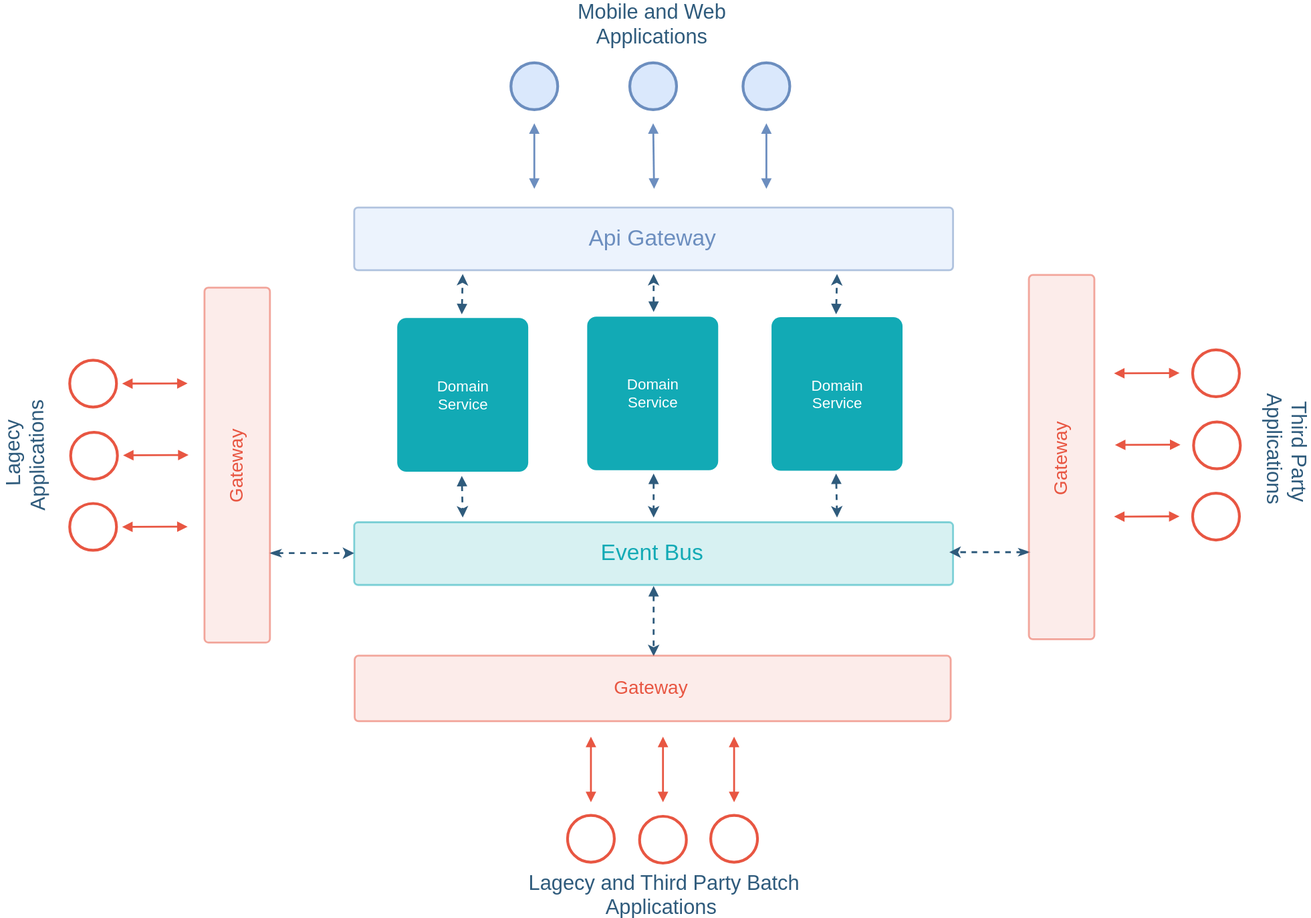
This is event-driven-architecture/event-driven architecture.svg from jinternals/architecture-design, a draw.io export, as it was before one commit. Source tidied: cells renumbered, new cells last; positions are measured from the earlier drawing's top-left corner, leaving out a move shared by most shapes. The source it was exported from:
```xml
<mxGraphModel background="#ffffff">
  <root>
    <mxCell id="0" />
    <mxCell id="1" parent="0" />
    <mxCell id="2" value="&lt;font style=&quot;font-size: 24px&quot; color=&quot;#6c8ebf&quot;&gt;Api Gateway&lt;/font&gt;" style="rounded=1;fillColor=#dae8fc;strokeWidth=2;html=1;strokeColor=#6c8ebf;arcSize=6;opacity=50;" parent="1" vertex="1">
      <mxGeometry x="452" y="206" width="640" height="67" as="geometry" />
    </mxCell>
    <mxCell id="3" style="edgeStyle=none;rounded=0;orthogonalLoop=1;jettySize=auto;html=1;exitX=1;exitY=0.5;exitDx=0;exitDy=0;shadow=0;strokeColor=#000000;strokeWidth=2;" parent="1" edge="1">
      <mxGeometry relative="1" as="geometry">
        <mxPoint x="1058" y="606" as="sourcePoint" />
        <mxPoint x="1058" y="606" as="targetPoint" />
      </mxGeometry>
    </mxCell>
    <mxCell id="4" style="edgeStyle=none;rounded=0;jettySize=auto;html=1;exitX=0.5;exitY=1;exitDx=0;exitDy=0;entryX=0;entryY=0.5;entryDx=0;entryDy=0;shadow=0;dashed=1;startArrow=block;startFill=1;strokeColor=#2F5B7C;strokeWidth=2;fontSize=20;" parent="1" edge="1" source="5" target="10">
      <mxGeometry relative="1" as="geometry" />
    </mxCell>
    <mxCell id="5" value="&lt;span style=&quot;color: rgb(18 , 170 , 181) ; font-size: 24px&quot;&gt;Event Bus&lt;/span&gt;" style="rounded=1;fillColor=#B0E3E6;strokeWidth=2;html=1;strokeColor=#12AAB5;arcSize=6;opacity=50;" parent="1" vertex="1">
      <mxGeometry x="452" y="542" width="640" height="67" as="geometry" />
    </mxCell>
    <mxCell id="6" style="edgeStyle=none;rounded=0;orthogonalLoop=1;jettySize=auto;html=1;exitX=1;exitY=0.75;exitDx=0;exitDy=0;entryX=0;entryY=0.5;entryDx=0;entryDy=0;shadow=0;strokeColor=#2F5B7C;strokeWidth=2;fontSize=20;startArrow=classicThin;startFill=1;dashed=1;" parent="1" edge="1">
      <mxGeometry relative="1" as="geometry">
        <mxPoint x="362" y="575" as="sourcePoint" />
        <mxPoint x="452" y="575" as="targetPoint" />
      </mxGeometry>
    </mxCell>
    <mxCell id="7" value="&lt;font color=&quot;#e85642&quot; style=&quot;font-size: 20px;&quot;&gt;Gateway&lt;/font&gt;" style="rounded=1;fillColor=#fad9d5;strokeWidth=2;html=1;strokeColor=#E85642;arcSize=6;opacity=50;verticalAlign=middle;horizontal=0;fontSize=20;" parent="1" vertex="1">
      <mxGeometry x="292" y="291.5" width="70" height="379" as="geometry" />
    </mxCell>
    <mxCell id="8" style="edgeStyle=none;rounded=0;orthogonalLoop=1;jettySize=auto;html=1;exitX=0;exitY=0.75;exitDx=0;exitDy=0;shadow=0;dashed=1;startArrow=classicThin;startFill=1;strokeColor=#2F5B7C;strokeWidth=2;fontSize=20;" parent="1" edge="1">
      <mxGeometry relative="1" as="geometry">
        <mxPoint x="1174" y="574" as="sourcePoint" />
        <mxPoint x="1088" y="574" as="targetPoint" />
      </mxGeometry>
    </mxCell>
    <mxCell id="9" value="&lt;font color=&quot;#e85642&quot; style=&quot;font-size: 20px;&quot;&gt;Gateway&lt;/font&gt;" style="rounded=1;fillColor=#fad9d5;strokeWidth=2;html=1;strokeColor=#E85642;arcSize=6;opacity=50;verticalAlign=middle;horizontal=0;fontSize=20;" parent="1" vertex="1">
      <mxGeometry x="1173" y="278" width="70" height="389" as="geometry" />
    </mxCell>
    <mxCell id="10" value="&lt;font color=&quot;#e85642&quot; style=&quot;font-size: 20px;&quot;&gt;Gateway&lt;/font&gt;" style="rounded=1;fillColor=#fad9d5;strokeWidth=2;html=1;strokeColor=#E85642;arcSize=6;opacity=50;verticalAlign=middle;horizontal=0;fontSize=20;rotation=90;" parent="1" vertex="1">
      <mxGeometry x="736" y="401" width="70" height="637" as="geometry" />
    </mxCell>
    <mxCell id="11" style="shape=mxgraph.bpmn.shape;html=1;verticalLabelPosition=bottom;labelBackgroundColor=#ffffff;verticalAlign=top;perimeter=ellipsePerimeter;outline=standard;symbol=general;fontFamily=Helvetica;fontSize=12;fontColor=#000000;align=center;strokeColor=#e85642;strokeWidth=3;fillColor=none;perimeterSpacing=6;" parent="1" vertex="1">
      <mxGeometry x="148" y="369" width="50" height="50" as="geometry" />
    </mxCell>
    <mxCell id="12" style="edgeStyle=none;strokeWidth=2;html=1;strokeColor=#e85642;endArrow=block;endFill=1;startArrow=block;startFill=1;" parent="1" edge="1" source="11">
      <mxGeometry x="1586" y="-31.5" as="geometry">
        <mxPoint x="274" y="393.7" as="targetPoint" />
      </mxGeometry>
    </mxCell>
    <mxCell id="13" style="shape=mxgraph.bpmn.shape;html=1;verticalLabelPosition=bottom;labelBackgroundColor=#ffffff;verticalAlign=top;perimeter=ellipsePerimeter;outline=standard;symbol=general;fontFamily=Helvetica;fontSize=12;fontColor=#000000;align=center;strokeColor=#e85642;strokeWidth=3;fillColor=none;perimeterSpacing=6;" parent="1" vertex="1">
      <mxGeometry x="149" y="445.5" width="50" height="50" as="geometry" />
    </mxCell>
    <mxCell id="14" style="edgeStyle=none;strokeWidth=2;html=1;strokeColor=#e85642;endArrow=block;endFill=1;startArrow=block;startFill=1;" parent="1" edge="1" source="13">
      <mxGeometry x="1587" y="45" as="geometry">
        <mxPoint x="275" y="470.2" as="targetPoint" />
      </mxGeometry>
    </mxCell>
    <mxCell id="15" style="shape=mxgraph.bpmn.shape;html=1;verticalLabelPosition=bottom;labelBackgroundColor=#ffffff;verticalAlign=top;perimeter=ellipsePerimeter;outline=standard;symbol=general;fontFamily=Helvetica;fontSize=12;fontColor=#000000;align=center;strokeColor=#e85642;strokeWidth=3;fillColor=none;perimeterSpacing=6;" parent="1" vertex="1">
      <mxGeometry x="148" y="522" width="50" height="50" as="geometry" />
    </mxCell>
    <mxCell id="16" style="edgeStyle=none;strokeWidth=2;html=1;strokeColor=#e85642;endArrow=block;endFill=1;startArrow=block;startFill=1;" parent="1" edge="1" source="15">
      <mxGeometry x="1586" y="121.5" as="geometry">
        <mxPoint x="274" y="546.7" as="targetPoint" />
      </mxGeometry>
    </mxCell>
    <mxCell id="17" style="shape=mxgraph.bpmn.shape;html=1;verticalLabelPosition=bottom;labelBackgroundColor=#ffffff;verticalAlign=top;perimeter=ellipsePerimeter;outline=standard;symbol=general;fontFamily=Helvetica;fontSize=12;fontColor=#000000;align=center;strokeColor=#e85642;strokeWidth=3;fillColor=none;perimeterSpacing=6;" parent="1" vertex="1">
      <mxGeometry x="1348" y="358" width="50" height="50" as="geometry" />
    </mxCell>
    <mxCell id="18" style="edgeStyle=none;strokeWidth=2;html=1;strokeColor=#e85642;endArrow=block;endFill=1;startArrow=block;startFill=1;" parent="1" edge="1">
      <mxGeometry x="2646" y="-42.5" as="geometry">
        <mxPoint x="1264" y="383" as="sourcePoint" />
        <mxPoint x="1334" y="382.7" as="targetPoint" />
      </mxGeometry>
    </mxCell>
    <mxCell id="19" style="shape=mxgraph.bpmn.shape;html=1;verticalLabelPosition=bottom;labelBackgroundColor=#ffffff;verticalAlign=top;perimeter=ellipsePerimeter;outline=standard;symbol=general;fontFamily=Helvetica;fontSize=12;fontColor=#000000;align=center;strokeColor=#e85642;strokeWidth=3;fillColor=none;perimeterSpacing=6;" parent="1" vertex="1">
      <mxGeometry x="1349" y="434.5" width="50" height="50" as="geometry" />
    </mxCell>
    <mxCell id="20" style="edgeStyle=none;strokeWidth=2;html=1;strokeColor=#e85642;endArrow=block;endFill=1;startArrow=block;startFill=1;" parent="1" edge="1">
      <mxGeometry x="2647" y="34" as="geometry">
        <mxPoint x="1265" y="459.5" as="sourcePoint" />
        <mxPoint x="1335" y="459.2" as="targetPoint" />
      </mxGeometry>
    </mxCell>
    <mxCell id="21" style="shape=mxgraph.bpmn.shape;html=1;verticalLabelPosition=bottom;labelBackgroundColor=#ffffff;verticalAlign=top;perimeter=ellipsePerimeter;outline=standard;symbol=general;fontFamily=Helvetica;fontSize=12;fontColor=#000000;align=center;strokeColor=#e85642;strokeWidth=3;fillColor=none;perimeterSpacing=6;" parent="1" vertex="1">
      <mxGeometry x="1348" y="511" width="50" height="50" as="geometry" />
    </mxCell>
    <mxCell id="22" style="edgeStyle=none;strokeWidth=2;html=1;strokeColor=#e85642;endArrow=block;endFill=1;startArrow=block;startFill=1;" parent="1" edge="1">
      <mxGeometry x="2646" y="110.5" as="geometry">
        <mxPoint x="1264" y="536" as="sourcePoint" />
        <mxPoint x="1334" y="535.7" as="targetPoint" />
      </mxGeometry>
    </mxCell>
    <mxCell id="23" style="group;rotation=90;" parent="1" vertex="1">
      <mxGeometry x="714" y="737" width="135" height="203" as="geometry" />
    </mxCell>
    <mxCell id="24" style="shape=mxgraph.bpmn.shape;html=1;verticalLabelPosition=bottom;labelBackgroundColor=#ffffff;verticalAlign=top;perimeter=ellipsePerimeter;outline=standard;symbol=general;fontFamily=Helvetica;fontSize=12;fontColor=#000000;align=center;strokeColor=#e85642;strokeWidth=3;fillColor=none;perimeterSpacing=6;rotation=90;" parent="23" vertex="1">
      <mxGeometry x="119" y="118" width="50" height="50" as="geometry" />
    </mxCell>
    <mxCell id="25" style="edgeStyle=none;strokeWidth=2;html=1;strokeColor=#e85642;endArrow=block;endFill=1;startArrow=block;startFill=1;" parent="23" edge="1">
      <mxGeometry x="532" y="-362" as="geometry">
        <mxPoint x="144" y="34" as="sourcePoint" />
        <mxPoint x="144" y="104" as="targetPoint" />
      </mxGeometry>
    </mxCell>
    <mxCell id="26" style="shape=mxgraph.bpmn.shape;html=1;verticalLabelPosition=bottom;labelBackgroundColor=#ffffff;verticalAlign=top;perimeter=ellipsePerimeter;outline=standard;symbol=general;fontFamily=Helvetica;fontSize=12;fontColor=#000000;align=center;strokeColor=#e85642;strokeWidth=3;fillColor=none;perimeterSpacing=6;rotation=90;" parent="23" vertex="1">
      <mxGeometry x="43" y="119" width="50" height="50" as="geometry" />
    </mxCell>
    <mxCell id="27" style="edgeStyle=none;strokeWidth=2;html=1;strokeColor=#e85642;endArrow=block;endFill=1;startArrow=block;startFill=1;" parent="23" edge="1">
      <mxGeometry x="455" y="-362" as="geometry">
        <mxPoint x="68" y="34" as="sourcePoint" />
        <mxPoint x="68" y="104" as="targetPoint" />
      </mxGeometry>
    </mxCell>
    <mxCell id="28" style="shape=mxgraph.bpmn.shape;html=1;verticalLabelPosition=bottom;labelBackgroundColor=#ffffff;verticalAlign=top;perimeter=ellipsePerimeter;outline=standard;symbol=general;fontFamily=Helvetica;fontSize=12;fontColor=#000000;align=center;strokeColor=#e85642;strokeWidth=3;fillColor=none;perimeterSpacing=6;rotation=90;" parent="23" vertex="1">
      <mxGeometry x="-34" y="118" width="50" height="50" as="geometry" />
    </mxCell>
    <mxCell id="29" style="edgeStyle=none;strokeWidth=2;html=1;strokeColor=#e85642;endArrow=block;endFill=1;startArrow=block;startFill=1;" parent="23" edge="1">
      <mxGeometry x="379" y="-362" as="geometry">
        <mxPoint x="-9" y="34" as="sourcePoint" />
        <mxPoint x="-9" y="104" as="targetPoint" />
      </mxGeometry>
    </mxCell>
    <mxCell id="30" style="edgeStyle=none;rounded=0;jettySize=auto;html=1;exitX=0.5;exitY=1;exitDx=0;exitDy=0;shadow=0;dashed=1;startArrow=block;startFill=1;strokeColor=#2F5B7C;strokeWidth=2;fontSize=20;" parent="1" edge="1" source="32">
      <mxGeometry relative="1" as="geometry">
        <mxPoint x="568" y="537" as="targetPoint" />
      </mxGeometry>
    </mxCell>
    <mxCell id="31" style="edgeStyle=none;rounded=0;jettySize=auto;html=1;exitX=0.5;exitY=0;exitDx=0;exitDy=0;shadow=0;dashed=1;startArrow=block;startFill=1;strokeColor=#2F5B7C;strokeWidth=2;fontSize=20;" parent="1" edge="1" source="32">
      <mxGeometry relative="1" as="geometry">
        <mxPoint x="568" y="277" as="targetPoint" />
      </mxGeometry>
    </mxCell>
    <mxCell id="32" value="Domain&lt;br&gt;Service" style="rounded=1;fillColor=#12aab5;strokeWidth=2;html=1;strokeColor=none;fontColor=#FFFFFF;fontSize=16;arcSize=7;perimeterSpacing=4;" parent="1" vertex="1">
      <mxGeometry x="498" y="324" width="140" height="164" as="geometry" />
    </mxCell>
    <mxCell id="33" style="edgeStyle=none;rounded=0;jettySize=auto;html=1;exitX=0.5;exitY=1;exitDx=0;exitDy=0;shadow=0;dashed=1;startArrow=block;startFill=1;strokeColor=#2F5B7C;strokeWidth=2;fontSize=20;" parent="1" edge="1" source="35">
      <mxGeometry relative="1" as="geometry">
        <mxPoint x="772" y="537" as="targetPoint" />
      </mxGeometry>
    </mxCell>
    <mxCell id="34" style="edgeStyle=none;rounded=0;jettySize=auto;html=1;exitX=0.5;exitY=0;exitDx=0;exitDy=0;shadow=0;dashed=1;startArrow=block;startFill=1;strokeColor=#2F5B7C;strokeWidth=2;fontSize=20;" parent="1" edge="1" source="35">
      <mxGeometry relative="1" as="geometry">
        <mxPoint x="772" y="277" as="targetPoint" />
      </mxGeometry>
    </mxCell>
    <mxCell id="35" value="Domain&lt;br&gt;Service" style="rounded=1;fillColor=#12aab5;strokeWidth=2;html=1;strokeColor=none;fontColor=#FFFFFF;fontSize=16;arcSize=7;perimeterSpacing=4;" parent="1" vertex="1">
      <mxGeometry x="701" y="322.5" width="140" height="164" as="geometry" />
    </mxCell>
    <mxCell id="36" style="edgeStyle=none;rounded=0;jettySize=auto;html=1;exitX=0.5;exitY=1;exitDx=0;exitDy=0;shadow=0;dashed=1;startArrow=block;startFill=1;strokeColor=#2F5B7C;strokeWidth=2;fontSize=20;" parent="1" edge="1" source="38">
      <mxGeometry relative="1" as="geometry">
        <mxPoint x="968" y="537" as="targetPoint" />
      </mxGeometry>
    </mxCell>
    <mxCell id="37" style="edgeStyle=none;rounded=0;jettySize=auto;html=1;exitX=0.5;exitY=0;exitDx=0;exitDy=0;shadow=0;dashed=1;startArrow=block;startFill=1;strokeColor=#2F5B7C;strokeWidth=2;fontSize=20;" parent="1" edge="1" source="38">
      <mxGeometry relative="1" as="geometry">
        <mxPoint x="968" y="277" as="targetPoint" />
      </mxGeometry>
    </mxCell>
    <mxCell id="38" value="Domain&lt;br&gt;Service" style="rounded=1;fillColor=#12aab5;strokeWidth=2;html=1;strokeColor=none;fontColor=#FFFFFF;fontSize=16;arcSize=7;perimeterSpacing=4;" parent="1" vertex="1">
      <mxGeometry x="898" y="323" width="140" height="164" as="geometry" />
    </mxCell>
    <mxCell id="39" style="shape=mxgraph.bpmn.shape;html=1;verticalLabelPosition=bottom;labelBackgroundColor=#ffffff;verticalAlign=top;perimeter=ellipsePerimeter;outline=standard;symbol=general;fontFamily=Helvetica;fontSize=12;align=center;strokeColor=#6c8ebf;strokeWidth=3;fillColor=#dae8fc;perimeterSpacing=6;rotation=-90;" parent="1" vertex="1">
      <mxGeometry x="619.5" y="52" width="50" height="50" as="geometry" />
    </mxCell>
    <mxCell id="40" style="edgeStyle=none;strokeWidth=2;html=1;strokeColor=#6c8ebf;endArrow=block;endFill=1;startArrow=block;startFill=1;fillColor=#dae8fc;" parent="1" edge="1">
      <mxGeometry x="1935.5" y="544" as="geometry">
        <mxPoint x="644.5" y="186" as="sourcePoint" />
        <mxPoint x="644.5" y="116" as="targetPoint" />
      </mxGeometry>
    </mxCell>
    <mxCell id="41" style="shape=mxgraph.bpmn.shape;html=1;verticalLabelPosition=bottom;labelBackgroundColor=#ffffff;verticalAlign=top;perimeter=ellipsePerimeter;outline=standard;symbol=general;fontFamily=Helvetica;fontSize=12;align=center;strokeColor=#6c8ebf;strokeWidth=3;fillColor=#dae8fc;perimeterSpacing=6;rotation=-90;" parent="1" vertex="1">
      <mxGeometry x="746.5" y="52" width="50" height="50" as="geometry" />
    </mxCell>
    <mxCell id="42" style="edgeStyle=none;strokeWidth=2;html=1;strokeColor=#6c8ebf;endArrow=block;endFill=1;startArrow=block;startFill=1;fillColor=#dae8fc;" parent="1" edge="1">
      <mxGeometry x="2062.5" y="544" as="geometry">
        <mxPoint x="772.5" y="186" as="sourcePoint" />
        <mxPoint x="771.5" y="116" as="targetPoint" />
      </mxGeometry>
    </mxCell>
    <mxCell id="43" style="shape=mxgraph.bpmn.shape;html=1;verticalLabelPosition=bottom;labelBackgroundColor=#ffffff;verticalAlign=top;perimeter=ellipsePerimeter;outline=standard;symbol=general;fontFamily=Helvetica;fontSize=12;align=center;strokeColor=#6c8ebf;strokeWidth=3;fillColor=#dae8fc;perimeterSpacing=6;rotation=-90;" parent="1" vertex="1">
      <mxGeometry x="867.5" y="52" width="50" height="50" as="geometry" />
    </mxCell>
    <mxCell id="44" style="edgeStyle=none;strokeWidth=2;html=1;strokeColor=#6c8ebf;endArrow=block;endFill=1;startArrow=block;startFill=1;fillColor=#dae8fc;" parent="1" edge="1">
      <mxGeometry x="2183.5" y="544" as="geometry">
        <mxPoint x="892.5" y="186" as="sourcePoint" />
        <mxPoint x="892.5" y="116" as="targetPoint" />
      </mxGeometry>
    </mxCell>
    <mxCell id="45" value="&lt;font color=&quot;#2f5b7c&quot; style=&quot;font-size: 22px&quot;&gt;Lagecy Applications&amp;nbsp;&lt;/font&gt;" style="text;html=1;strokeColor=none;fillColor=none;align=center;verticalAlign=middle;whiteSpace=wrap;rounded=0;fontSize=20;rotation=-91;" parent="1" vertex="1">
      <mxGeometry y="457.5" width="200" height="20" as="geometry" />
    </mxCell>
    <mxCell id="46" value="&lt;font color=&quot;#2f5b7c&quot; style=&quot;font-size: 22px&quot;&gt;Third Party Applications&amp;nbsp;&lt;/font&gt;" style="text;html=1;strokeColor=none;fillColor=none;align=center;verticalAlign=middle;whiteSpace=wrap;rounded=0;fontSize=20;rotation=90;" parent="1" vertex="1">
      <mxGeometry x="1349" y="456.5" width="200" height="20" as="geometry" />
    </mxCell>
    <mxCell id="47" value="&lt;font color=&quot;#2f5b7c&quot; style=&quot;font-size: 22px&quot;&gt;Lagecy and Third Party Batch Applications&amp;nbsp;&lt;/font&gt;" style="text;html=1;strokeColor=none;fillColor=none;align=center;verticalAlign=middle;whiteSpace=wrap;rounded=0;fontSize=20;rotation=0;" parent="1" vertex="1">
      <mxGeometry x="609" y="930" width="349" height="20" as="geometry" />
    </mxCell>
    <mxCell id="48" value="&lt;font color=&quot;#2f5b7c&quot; style=&quot;font-size: 22px&quot;&gt;Mobile and Web&lt;br&gt;Applications&lt;br&gt;&lt;/font&gt;" style="text;html=1;strokeColor=none;fillColor=none;align=center;verticalAlign=middle;whiteSpace=wrap;rounded=0;fontSize=20;rotation=0;" parent="1" vertex="1">
      <mxGeometry x="596" width="349" height="20" as="geometry" />
    </mxCell>
  </root>
</mxGraphModel>
```
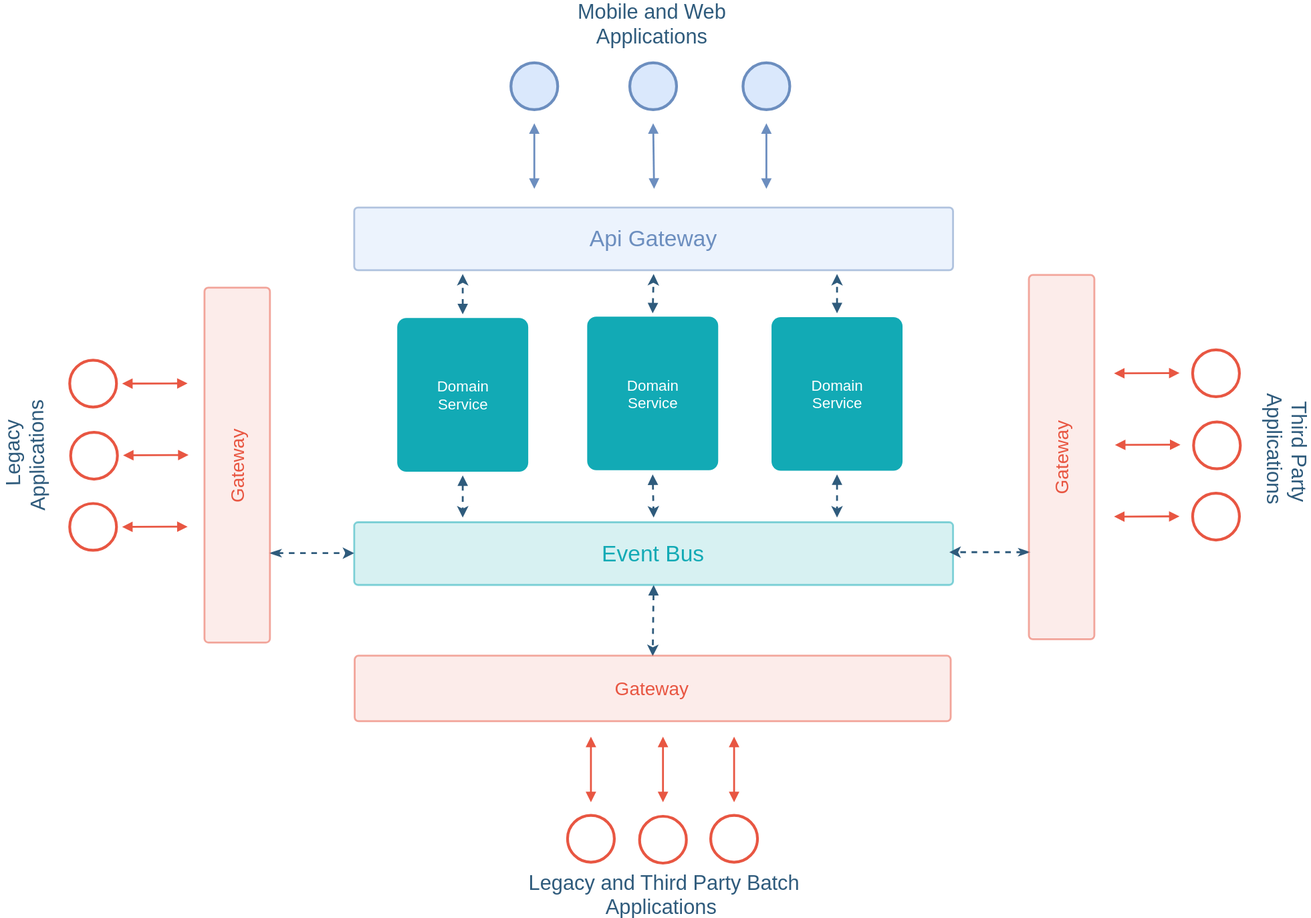
After the commit.

Change to the diagram source:
```diff
@@ -185,13 +185,13 @@
         <mxPoint x="892.5" y="116" as="targetPoint" />
       </mxGeometry>
     </mxCell>
-    <mxCell id="45" value="&lt;font color=&quot;#2f5b7c&quot; style=&quot;font-size: 22px&quot;&gt;Lagecy Applications&amp;nbsp;&lt;/font&gt;" style="text;html=1;strokeColor=none;fillColor=none;align=center;verticalAlign=middle;whiteSpace=wrap;rounded=0;fontSize=20;rotation=-91;" parent="1" vertex="1">
+    <mxCell id="45" value="&lt;font color=&quot;#2f5b7c&quot; style=&quot;font-size: 22px&quot;&gt;Legacy Applications&amp;nbsp;&lt;/font&gt;" style="text;html=1;strokeColor=none;fillColor=none;align=center;verticalAlign=middle;whiteSpace=wrap;rounded=0;fontSize=20;rotation=-91;" parent="1" vertex="1">
       <mxGeometry y="457.5" width="200" height="20" as="geometry" />
     </mxCell>
     <mxCell id="46" value="&lt;font color=&quot;#2f5b7c&quot; style=&quot;font-size: 22px&quot;&gt;Third Party Applications&amp;nbsp;&lt;/font&gt;" style="text;html=1;strokeColor=none;fillColor=none;align=center;verticalAlign=middle;whiteSpace=wrap;rounded=0;fontSize=20;rotation=90;" parent="1" vertex="1">
       <mxGeometry x="1349" y="456.5" width="200" height="20" as="geometry" />
     </mxCell>
-    <mxCell id="47" value="&lt;font color=&quot;#2f5b7c&quot; style=&quot;font-size: 22px&quot;&gt;Lagecy and Third Party Batch Applications&amp;nbsp;&lt;/font&gt;" style="text;html=1;strokeColor=none;fillColor=none;align=center;verticalAlign=middle;whiteSpace=wrap;rounded=0;fontSize=20;rotation=0;" parent="1" vertex="1">
+    <mxCell id="47" value="&lt;font color=&quot;#2f5b7c&quot; style=&quot;font-size: 22px&quot;&gt;Legacy and Third Party Batch Applications&amp;nbsp;&lt;/font&gt;" style="text;html=1;strokeColor=none;fillColor=none;align=center;verticalAlign=middle;whiteSpace=wrap;rounded=0;fontSize=20;rotation=0;" parent="1" vertex="1">
       <mxGeometry x="609" y="930" width="349" height="20" as="geometry" />
     </mxCell>
     <mxCell id="48" value="&lt;font color=&quot;#2f5b7c&quot; style=&quot;font-size: 22px&quot;&gt;Mobile and Web&lt;br&gt;Applications&lt;br&gt;&lt;/font&gt;" style="text;html=1;strokeColor=none;fillColor=none;align=center;verticalAlign=middle;whiteSpace=wrap;rounded=0;fontSize=20;rotation=0;" parent="1" vertex="1">
```
